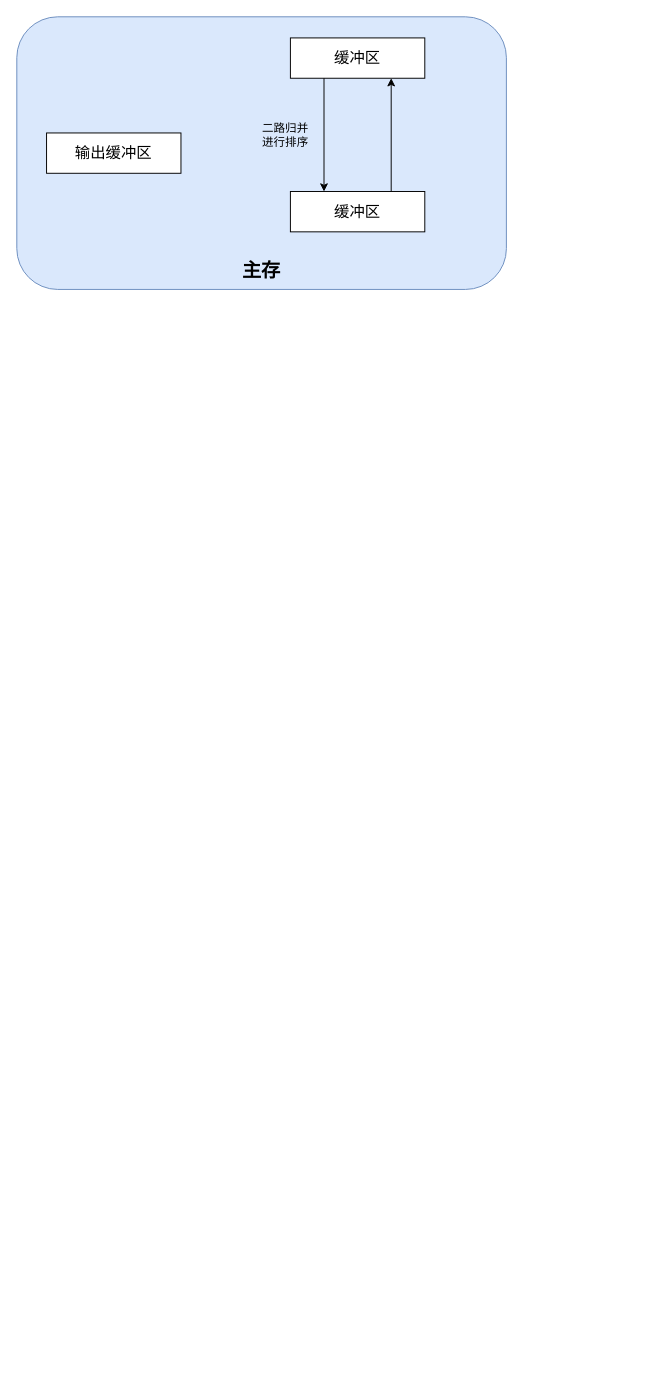
The draw.io diagram page "第 3 页" (3 of 3) of CU.drawio in zhongyupei666/noteFile, before the edit. Source tidied: cells renumbered, new cells numbered last; positions are measured from the earlier drawing's top-left corner, leaving out a move shared by most shapes. Both pictures are drawn from the tidied source at 96%, with x=0, y=0 at pixel (16, 16).
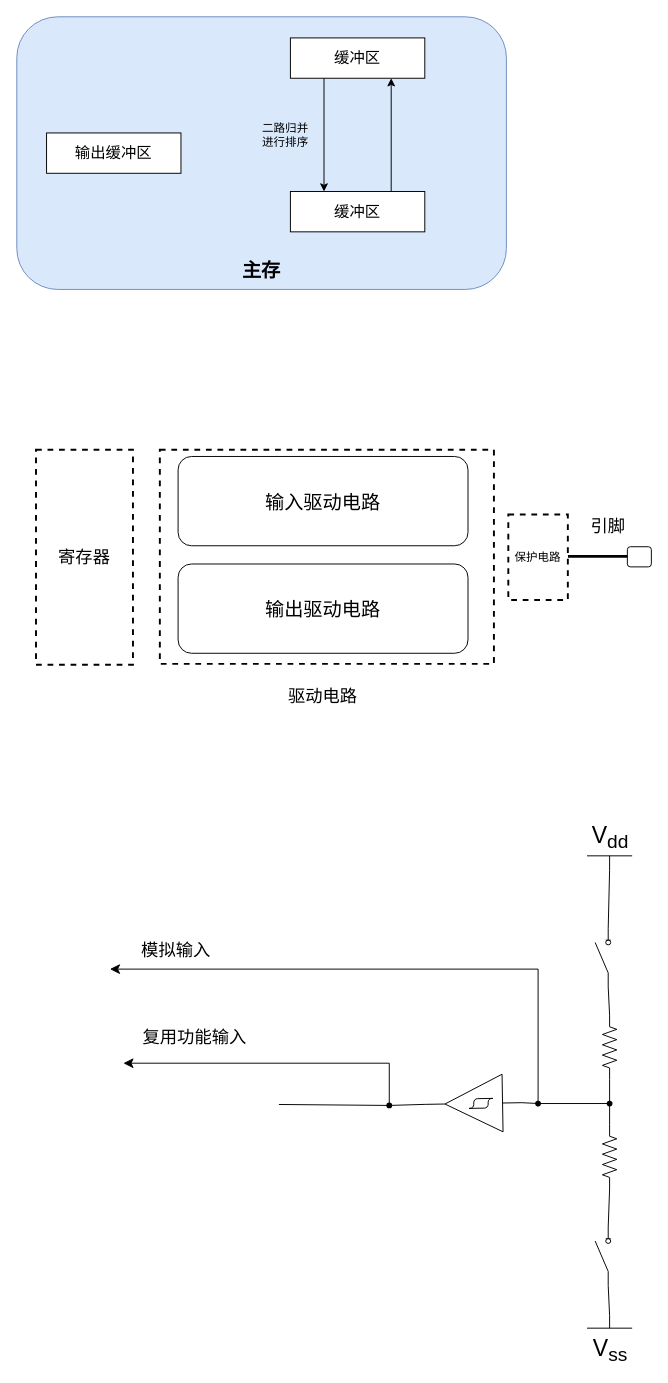
Above is the later version.

What changed in the source:
```diff
@@
+    <mxCell id="10" style="rounded=0;whiteSpace=wrap;html=1;dashed=1;strokeWidth=2;" parent="1" vertex="1">
+      <mxGeometry x="149" y="451" width="348" height="223" as="geometry" />
+    </mxCell>
@@
+    <mxCell id="11" value="&lt;font style=&quot;font-size: 18px;&quot;&gt;寄存器&lt;/font&gt;" style="rounded=0;whiteSpace=wrap;html=1;dashed=1;strokeWidth=2;" parent="1" vertex="1">
+      <mxGeometry x="20" y="451" width="101" height="224" as="geometry" />
+    </mxCell>
+    <mxCell id="12" value="&lt;font style=&quot;font-size: 20px;&quot;&gt;输入驱动电路&lt;/font&gt;" style="rounded=1;whiteSpace=wrap;html=1;" parent="1" vertex="1">
+      <mxGeometry x="168" y="458" width="302" height="93" as="geometry" />
+    </mxCell>
+    <mxCell id="13" value="&lt;font style=&quot;font-size: 20px;&quot;&gt;输出驱动电路&lt;/font&gt;" style="rounded=1;whiteSpace=wrap;html=1;" parent="1" vertex="1">
+      <mxGeometry x="168" y="570" width="302" height="93" as="geometry" />
+    </mxCell>
+    <mxCell id="14" value="&lt;font style=&quot;font-size: 18px;&quot;&gt;驱动电路&lt;/font&gt;" style="text;html=1;whiteSpace=wrap;strokeColor=none;fillColor=none;align=center;verticalAlign=middle;rounded=0;" parent="1" vertex="1">
+      <mxGeometry x="265" y="682" width="108" height="52" as="geometry" />
+    </mxCell>
+    <mxCell id="15" style="endArrow=none;html=1;rounded=0;strokeWidth=3;" parent="1" edge="1">
+      <mxGeometry relative="1" as="geometry">
+        <mxPoint x="574" y="562" as="sourcePoint" />
+        <mxPoint x="637" y="562" as="targetPoint" />
+      </mxGeometry>
+    </mxCell>
+    <mxCell id="16" value="&lt;font style=&quot;font-size: 18px;&quot;&gt;引脚&lt;/font&gt;" style="text;html=1;whiteSpace=wrap;strokeColor=none;fillColor=none;align=center;verticalAlign=middle;rounded=0;" parent="1" vertex="1">
+      <mxGeometry x="586" y="516" width="60" height="30" as="geometry" />
+    </mxCell>
+    <mxCell id="17" value="保护电路" style="rounded=0;whiteSpace=wrap;html=1;dashed=1;strokeWidth=2;" parent="1" vertex="1">
+      <mxGeometry x="512" y="518.5" width="62" height="89" as="geometry" />
+    </mxCell>
+    <mxCell id="18" style="rounded=1;whiteSpace=wrap;html=1;fillColor=light-dark(#FFFFFF,#F6F6F6);" parent="1" vertex="1">
+      <mxGeometry x="636" y="552" width="25" height="21" as="geometry" />
+    </mxCell>
+    <mxCell id="19" style="verticalLabelPosition=bottom;shadow=0;dashed=0;align=center;html=1;verticalAlign=top;shape=mxgraph.electrical.logic_gates.schmitt_trigger;rotation=-181;" parent="1" vertex="1">
+      <mxGeometry x="426" y="1102" width="100" height="60" as="geometry" />
+    </mxCell>
+    <mxCell id="20" style="verticalLabelPosition=bottom;shadow=0;dashed=0;align=center;html=1;verticalAlign=top;shape=mxgraph.electrical.resistors.resistor_2;rotation=-90;" parent="1" vertex="1">
+      <mxGeometry x="584" y="1066" width="67" height="15" as="geometry" />
+    </mxCell>
+    <mxCell id="21" style="verticalLabelPosition=bottom;shadow=0;dashed=0;align=center;html=1;verticalAlign=top;shape=mxgraph.electrical.resistors.resistor_2;rotation=-90;" parent="1" vertex="1">
+      <mxGeometry x="584" y="1180" width="67" height="15" as="geometry" />
+    </mxCell>
+    <mxCell id="22" style="html=1;shape=mxgraph.electrical.electro-mechanical.switchDisconnector;elSwitchState=off;rotation=-90;" parent="1" vertex="1">
+      <mxGeometry x="580.1" y="972" width="60.9" height="16.2" as="geometry" />
+    </mxCell>
+    <mxCell id="23" style="html=1;shape=mxgraph.electrical.electro-mechanical.switchDisconnector;elSwitchState=off;rotation=-90;" parent="1" vertex="1">
+      <mxGeometry x="580.1" y="1283" width="60.9" height="16.2" as="geometry" />
+    </mxCell>
+    <mxCell id="24" style="endArrow=none;html=1;rounded=0;entryX=0;entryY=0.5;entryDx=0;entryDy=0;entryPerimeter=0;exitDx=0;exitDy=0;exitPerimeter=0;" parent="1" edge="1" source="32" target="20">
+      <mxGeometry relative="1" as="geometry" />
+    </mxCell>
+    <mxCell id="25" style="endArrow=none;html=1;rounded=0;entryX=0;entryY=0.84;entryDx=0;entryDy=0;exitX=1;exitY=0.5;exitDx=0;exitDy=0;exitPerimeter=0;" parent="1" edge="1" source="20" target="22">
+      <mxGeometry relative="1" as="geometry" />
+    </mxCell>
+    <mxCell id="26" style="endArrow=none;html=1;rounded=0;exitX=1;exitY=0.84;exitDx=0;exitDy=0;entryX=0;entryY=0.5;entryDx=0;entryDy=0;entryPerimeter=0;" parent="1" edge="1" source="23" target="21">
+      <mxGeometry relative="1" as="geometry" />
+    </mxCell>
+    <mxCell id="27" value="V&lt;sub&gt;dd&lt;/sub&gt;" style="verticalLabelPosition=top;verticalAlign=bottom;shape=mxgraph.electrical.signal_sources.vdd;shadow=0;dashed=0;align=center;strokeWidth=1;fontSize=24;html=1;flipV=1;" parent="1" vertex="1">
+      <mxGeometry x="594" y="874" width="47" height="15" as="geometry" />
+    </mxCell>
+    <mxCell id="28" value="V&lt;sub&gt;ss&lt;/sub&gt;" style="verticalLabelPosition=bottom;shadow=0;dashed=0;align=center;html=1;verticalAlign=top;shape=mxgraph.electrical.signal_sources.vss2;fontSize=24;flipV=1;" parent="1" vertex="1">
+      <mxGeometry x="594" y="1353" width="47" height="13" as="geometry" />
+    </mxCell>
+    <mxCell id="29" style="endArrow=none;html=1;rounded=0;exitX=1;exitY=0.84;exitDx=0;exitDy=0;entryX=0.5;entryY=0;entryDx=0;entryDy=0;entryPerimeter=0;" parent="1" edge="1" source="22" target="27">
+      <mxGeometry relative="1" as="geometry" />
+    </mxCell>
+    <mxCell id="30" style="endArrow=none;html=1;rounded=0;exitX=0;exitY=0.84;exitDx=0;exitDy=0;entryX=0.5;entryY=1;entryDx=0;entryDy=0;entryPerimeter=0;" parent="1" edge="1" source="23" target="28">
+      <mxGeometry relative="1" as="geometry" />
+    </mxCell>
+    <mxCell id="31" style="endArrow=none;html=1;rounded=0;entryDx=0;entryDy=0;entryPerimeter=0;exitX=1;exitY=0.5;exitDx=0;exitDy=0;exitPerimeter=0;" parent="1" edge="1" source="21" target="32">
+      <mxGeometry relative="1" as="geometry" />
+    </mxCell>
+    <mxCell id="32" style="shape=waypoint;sketch=0;fillStyle=solid;size=6;points=[];fillColor=none;perimeter=centerPerimeter;snapToPoint=1;" parent="1" vertex="1">
+      <mxGeometry x="607.5" y="1122" width="20" height="20" as="geometry" />
+    </mxCell>
+    <mxCell id="33" style="endArrow=none;html=1;rounded=0;exitDx=0;exitDy=0;exitPerimeter=0;" parent="1" edge="1" source="35" target="32">
+      <mxGeometry relative="1" as="geometry" />
+    </mxCell>
+    <mxCell id="34" style="endArrow=none;html=1;rounded=0;exitX=0;exitY=0.5;exitDx=0;exitDy=0;exitPerimeter=0;" parent="1" edge="1" source="19" target="35">
+      <mxGeometry relative="1" as="geometry" />
+    </mxCell>
+    <mxCell id="35" style="shape=waypoint;sketch=0;fillStyle=solid;size=6;points=[];fillColor=none;perimeter=centerPerimeter;snapToPoint=1;" parent="1" vertex="1">
+      <mxGeometry x="533" y="1122" width="20" height="20" as="geometry" />
+    </mxCell>
+    <mxCell id="36" style="endArrow=none;html=1;rounded=0;exitDx=0;exitDy=0;exitPerimeter=0;" parent="1" edge="1" source="38">
+      <mxGeometry relative="1" as="geometry">
+        <mxPoint x="273" y="1133" as="targetPoint" />
+      </mxGeometry>
+    </mxCell>
+    <mxCell id="37" style="endArrow=none;html=1;rounded=0;exitX=1;exitY=0.5;exitDx=0;exitDy=0;exitPerimeter=0;" parent="1" edge="1" source="19" target="38">
+      <mxGeometry relative="1" as="geometry" />
+    </mxCell>
+    <mxCell id="38" style="shape=waypoint;sketch=0;fillStyle=solid;size=6;points=[];fillColor=none;perimeter=centerPerimeter;snapToPoint=1;" parent="1" vertex="1">
+      <mxGeometry x="378" y="1124" width="20" height="20" as="geometry" />
+    </mxCell>
+    <mxCell id="39" style="edgeStyle=segmentEdgeStyle;endArrow=classic;html=1;curved=0;rounded=0;endSize=8;startSize=8;" parent="1" edge="1">
+      <mxGeometry relative="1" as="geometry">
+        <mxPoint x="543" y="1134.9" as="sourcePoint" />
+        <mxPoint x="97" y="992" as="targetPoint" />
+        <Array as="points">
+          <mxPoint x="543" y="1134.9" />
+          <mxPoint x="543" y="967.9" />
+        </Array>
+      </mxGeometry>
+    </mxCell>
+    <mxCell id="40" style="edgeStyle=segmentEdgeStyle;endArrow=classic;html=1;curved=0;rounded=0;endSize=8;startSize=8;" parent="1" edge="1">
+      <mxGeometry relative="1" as="geometry">
+        <mxPoint x="388" y="1135.9" as="sourcePoint" />
+        <mxPoint x="111" y="1090" as="targetPoint" />
+        <Array as="points">
+          <mxPoint x="388" y="1090" />
+          <mxPoint x="117" y="1090" />
+        </Array>
+      </mxGeometry>
+    </mxCell>
+    <mxCell id="41" value="&lt;font style=&quot;font-size: 18px;&quot;&gt;模拟输入&lt;/font&gt;" style="text;html=1;whiteSpace=wrap;strokeColor=none;fillColor=none;align=center;verticalAlign=middle;rounded=0;" parent="1" vertex="1">
+      <mxGeometry x="121" y="958.2" width="90" height="30" as="geometry" />
+    </mxCell>
+    <mxCell id="42" value="&lt;font style=&quot;font-size: 18px;&quot;&gt;复用功能输入&lt;/font&gt;" style="text;html=1;whiteSpace=wrap;strokeColor=none;fillColor=none;align=center;verticalAlign=middle;rounded=0;" parent="1" vertex="1">
+      <mxGeometry x="115" y="1048" width="141" height="30" as="geometry" />
+    </mxCell>
```
